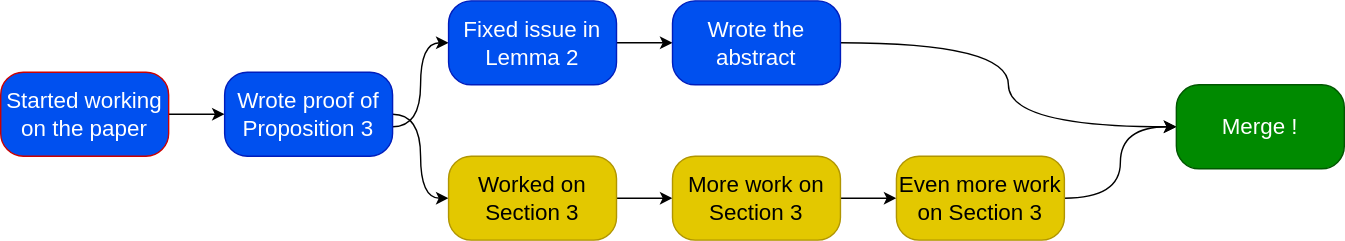
This is content/post/git-2-theory/history-merge.drawio.svg from nidrissi/web, a draw.io export, as it was before one commit. Source tidied: cells renumbered, new cells last; positions are measured from the earlier drawing's top-left corner, leaving out a move shared by most shapes.
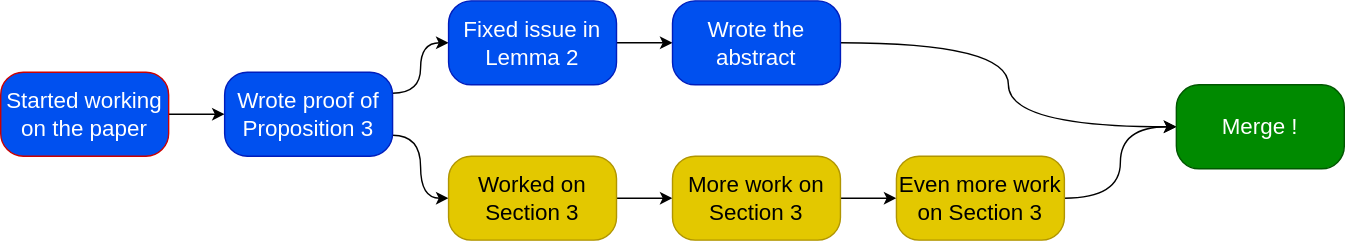
After the change.

The edit, as a diff of the source:
```diff
@@ -8,12 +8,10 @@
     <mxCell id="3" value="Started working on the paper" style="whiteSpace=wrap;html=1;arcSize=27;fillColor=#0050ef;fontColor=#ffffff;strokeColor=#CC0000;fontSize=16;fontFamily=Helvetica;rounded=1;" parent="1" vertex="1">
       <mxGeometry y="51" width="120" height="60" as="geometry" />
     </mxCell>
-    <mxCell id="4" style="edgeStyle=orthogonalEdgeStyle;jettySize=auto;html=1;fontSize=16;fontFamily=Helvetica;entryX=0;entryY=0.5;entryDx=0;entryDy=0;curved=1;" parent="1" edge="1" target="8">
-      <mxGeometry relative="1" as="geometry">
-        <mxPoint x="280" y="90" as="sourcePoint" />
-      </mxGeometry>
+    <mxCell id="4" style="edgeStyle=orthogonalEdgeStyle;jettySize=auto;html=1;fontSize=16;fontFamily=Helvetica;entryX=0;entryY=0.5;entryDx=0;entryDy=0;curved=1;exitX=1;exitY=0.25;exitDx=0;exitDy=0;" parent="1" edge="1" source="6" target="8">
+      <mxGeometry relative="1" as="geometry" />
     </mxCell>
-    <mxCell id="5" style="edgeStyle=orthogonalEdgeStyle;jettySize=auto;html=1;curved=1;" parent="1" edge="1" source="6" target="12">
+    <mxCell id="5" style="edgeStyle=orthogonalEdgeStyle;jettySize=auto;html=1;curved=1;exitX=1;exitY=0.75;exitDx=0;exitDy=0;" parent="1" edge="1" source="6" target="12">
       <mxGeometry relative="1" as="geometry" />
     </mxCell>
     <mxCell id="6" value="Wrote proof of Proposition 3" style="whiteSpace=wrap;html=1;arcSize=27;fillColor=#0050ef;strokeColor=#001DBC;fontColor=#ffffff;fontSize=16;fontFamily=Helvetica;rounded=1;" parent="1" vertex="1">
```
